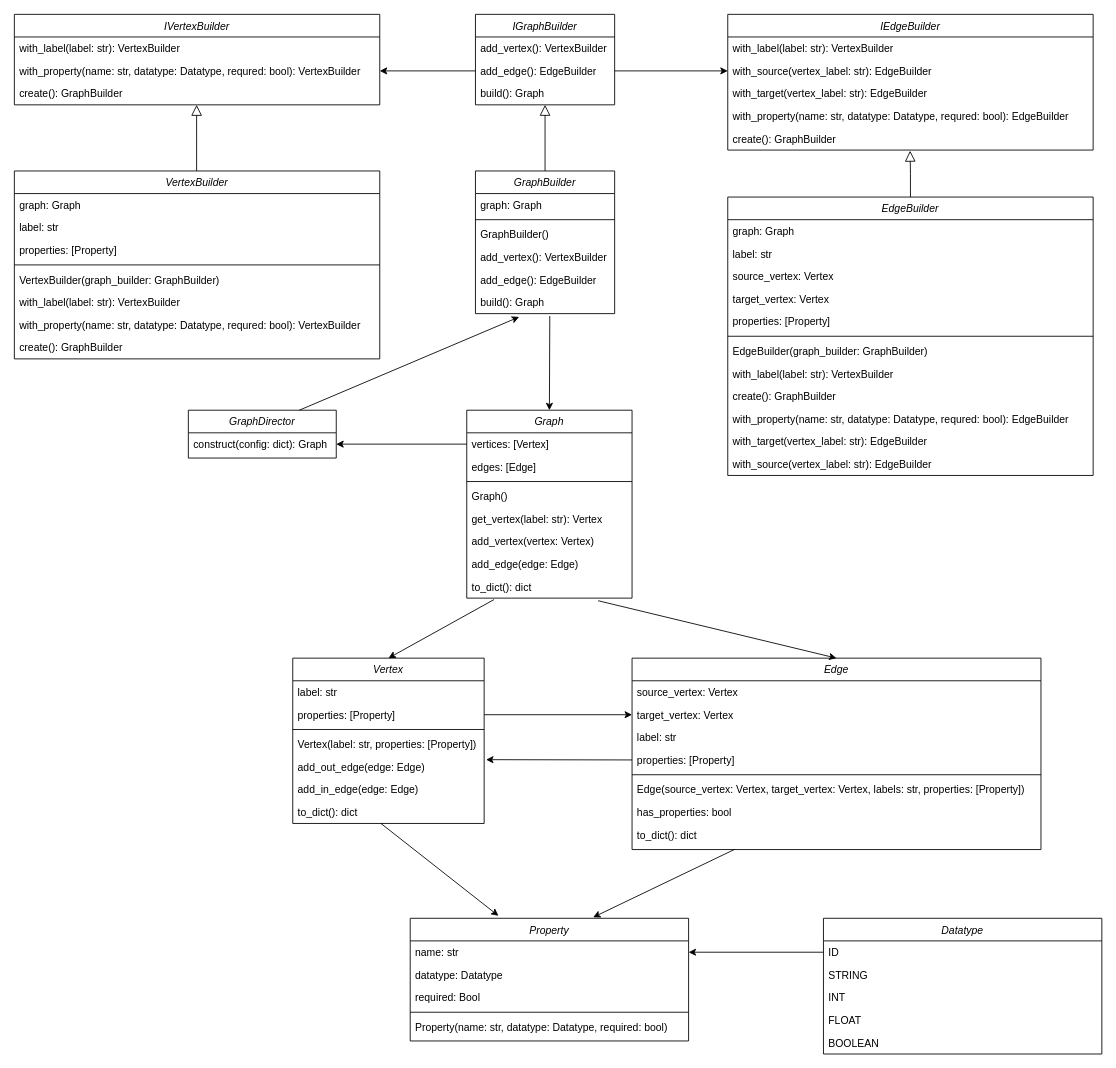
Earlier version of the draw.io diagram Graph_Datastructure/UML.drawio (Graf-J/Studienarbeit-Research). Source tidied: cells renumbered, new cells numbered last; positions are measured from the earlier drawing's top-left corner, leaving out a move shared by most shapes. Both pictures are drawn from the tidied source at 87%, with x=0, y=0 at pixel (14, 14).
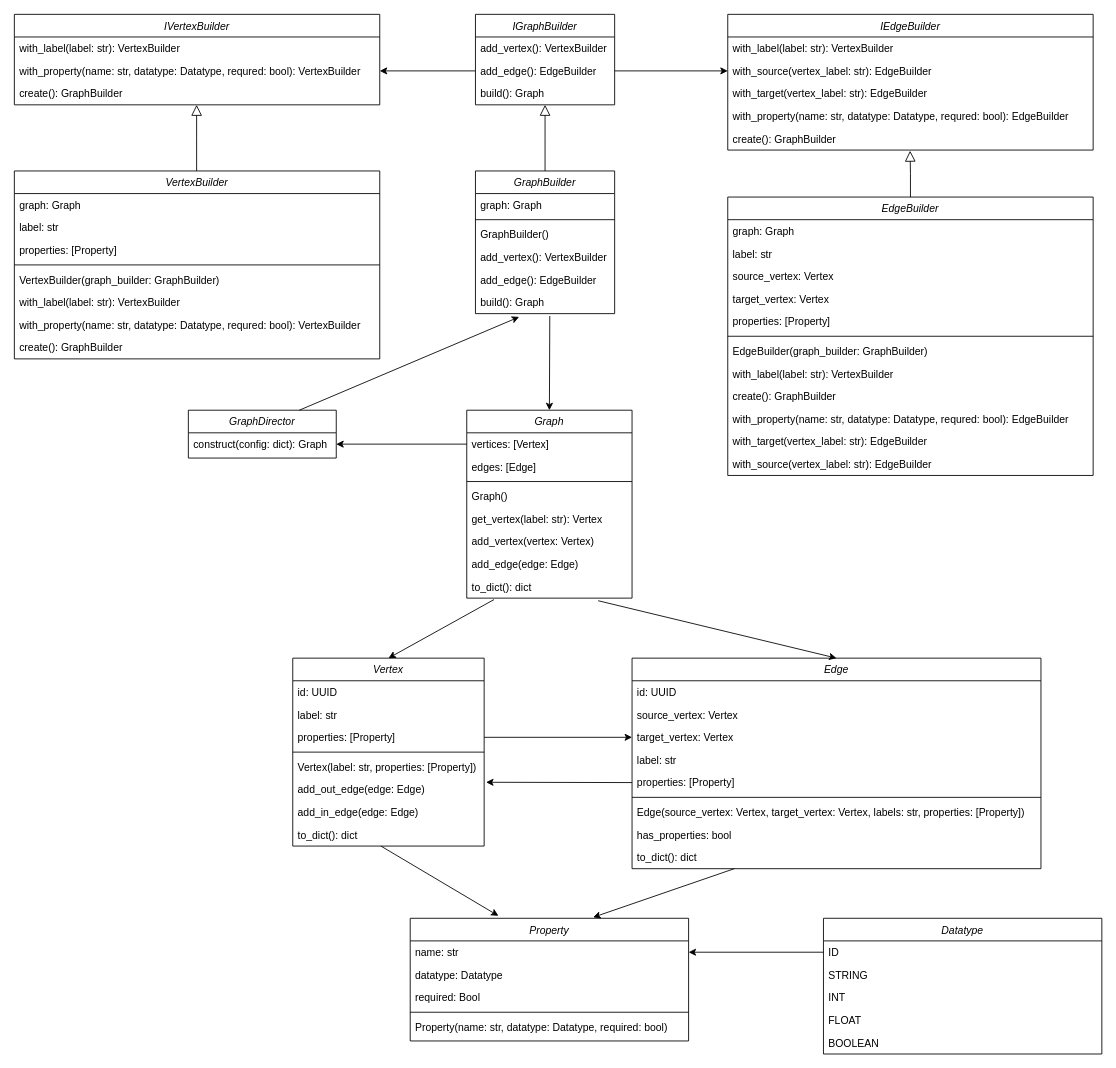
After the change.

What changed in the source:
```diff
@@
     <mxCell id="60" value="Vertex" style="swimlane;fontStyle=2;align=center;verticalAlign=top;horizontal=1;startSize=26;rounded=0;shadow=0;strokeWidth=1;" parent="1" vertex="1">
-      <mxGeometry x="320" y="740" width="220" height="190" as="geometry" />
+      <mxGeometry x="320" y="740" width="220" height="216" as="geometry" />
     </mxCell>
+    <mxCell id="100" value="id: UUID" style="text;align=left;verticalAlign=top;spacingLeft=4;spacingRight=4;overflow=hidden;" parent="60" vertex="1">
+      <mxGeometry y="26" width="220" height="26" as="geometry" />
+    </mxCell>
     <mxCell id="61" value="label: str" style="text;align=left;verticalAlign=top;spacingLeft=4;spacingRight=4;overflow=hidden;" parent="60" vertex="1">
-      <mxGeometry y="26" width="220" height="26" as="geometry" />
+      <mxGeometry y="52" width="220" height="26" as="geometry" />
     </mxCell>
     <mxCell id="62" value="properties: [Property]" style="text;align=left;verticalAlign=top;spacingLeft=4;spacingRight=4;overflow=hidden;points=[[0,0.5],[1,0.5]];portConstraint=eastwest;" parent="60" vertex="1">
-      <mxGeometry y="52" width="220" height="26" as="geometry" />
+      <mxGeometry y="78" width="220" height="26" as="geometry" />
     </mxCell>
     <mxCell id="63" style="line;html=1;strokeWidth=1;align=left;verticalAlign=middle;spacingTop=-1;spacingLeft=3;spacingRight=3;labelPosition=right;" parent="60" vertex="1">
-      <mxGeometry y="78" width="220" height="8" as="geometry" />
+      <mxGeometry y="104" width="220" height="8" as="geometry" />
     </mxCell>
     <mxCell id="64" value="Vertex(label: str, properties: [Property])" style="text;align=left;verticalAlign=top;spacingLeft=4;spacingRight=4;overflow=hidden;" parent="60" vertex="1">
-      <mxGeometry y="86" width="220" height="26" as="geometry" />
+      <mxGeometry y="112" width="220" height="26" as="geometry" />
     </mxCell>
     <mxCell id="65" value="add_out_edge(edge: Edge)" style="text;align=left;verticalAlign=top;spacingLeft=4;spacingRight=4;overflow=hidden;points=[[0,0.5],[1,0.5]];portConstraint=eastwest;" parent="60" vertex="1">
-      <mxGeometry y="112" width="220" height="26" as="geometry" />
+      <mxGeometry y="138" width="220" height="26" as="geometry" />
     </mxCell>
     <mxCell id="66" value="add_in_edge(edge: Edge)" style="text;align=left;verticalAlign=top;spacingLeft=4;spacingRight=4;overflow=hidden;" parent="60" vertex="1">
-      <mxGeometry y="138" width="220" height="26" as="geometry" />
+      <mxGeometry y="164" width="220" height="26" as="geometry" />
     </mxCell>
     <mxCell id="67" value="to_dict(): dict" style="text;align=left;verticalAlign=top;spacingLeft=4;spacingRight=4;overflow=hidden;points=[[0,0.5],[1,0.5]];portConstraint=eastwest;" parent="60" vertex="1">
-      <mxGeometry y="164" width="220" height="26" as="geometry" />
+      <mxGeometry y="190" width="220" height="26" as="geometry" />
     </mxCell>
     <mxCell id="68" value="Edge" style="swimlane;fontStyle=2;align=center;verticalAlign=top;horizontal=1;startSize=26;rounded=0;shadow=0;strokeWidth=1;" parent="1" vertex="1">
-      <mxGeometry x="710" y="740" width="470" height="220" as="geometry" />
+      <mxGeometry x="710" y="740" width="470" height="242" as="geometry" />
     </mxCell>
+    <mxCell id="101" value="id: UUID" style="text;align=left;verticalAlign=top;spacingLeft=4;spacingRight=4;overflow=hidden;" parent="68" vertex="1">
+      <mxGeometry y="26" width="470" height="26" as="geometry" />
+    </mxCell>
     <mxCell id="69" value="source_vertex: Vertex" style="text;align=left;verticalAlign=top;spacingLeft=4;spacingRight=4;overflow=hidden;" parent="68" vertex="1">
-      <mxGeometry y="26" width="470" height="26" as="geometry" />
+      <mxGeometry y="52" width="470" height="26" as="geometry" />
     </mxCell>
     <mxCell id="70" value="target_vertex: Vertex" style="text;align=left;verticalAlign=top;spacingLeft=4;spacingRight=4;overflow=hidden;points=[[0,0.5],[1,0.5]];portConstraint=eastwest;" parent="68" vertex="1">
-      <mxGeometry y="52" width="470" height="26" as="geometry" />
+      <mxGeometry y="78" width="470" height="26" as="geometry" />
     </mxCell>
     <mxCell id="71" value="label: str" style="text;align=left;verticalAlign=top;spacingLeft=4;spacingRight=4;overflow=hidden;" parent="68" vertex="1">
-      <mxGeometry y="78" width="470" height="26" as="geometry" />
+      <mxGeometry y="104" width="470" height="26" as="geometry" />
     </mxCell>
     <mxCell id="72" value="properties: [Property]" style="text;align=left;verticalAlign=top;spacingLeft=4;spacingRight=4;overflow=hidden;points=[[0,0.5],[1,0.5]];portConstraint=eastwest;" parent="68" vertex="1">
-      <mxGeometry y="104" width="470" height="26" as="geometry" />
+      <mxGeometry y="130" width="470" height="26" as="geometry" />
     </mxCell>
     <mxCell id="73" style="line;html=1;strokeWidth=1;align=left;verticalAlign=middle;spacingTop=-1;spacingLeft=3;spacingRight=3;labelPosition=right;" parent="68" vertex="1">
-      <mxGeometry y="130" width="470" height="8" as="geometry" />
+      <mxGeometry y="156" width="470" height="8" as="geometry" />
     </mxCell>
     <mxCell id="74" value="Edge(source_vertex: Vertex, target_vertex: Vertex, labels: str, properties: [Property])" style="text;align=left;verticalAlign=top;spacingLeft=4;spacingRight=4;overflow=hidden;" parent="68" vertex="1">
-      <mxGeometry y="138" width="470" height="26" as="geometry" />
+      <mxGeometry y="164" width="470" height="26" as="geometry" />
     </mxCell>
     <mxCell id="75" value="has_properties: bool" style="text;align=left;verticalAlign=top;spacingLeft=4;spacingRight=4;overflow=hidden;" parent="68" vertex="1">
-      <mxGeometry y="164" width="470" height="26" as="geometry" />
+      <mxGeometry y="190" width="470" height="26" as="geometry" />
     </mxCell>
     <mxCell id="76" value="to_dict(): dict" style="text;align=left;verticalAlign=top;spacingLeft=4;spacingRight=4;overflow=hidden;" parent="68" vertex="1">
-      <mxGeometry y="190" width="470" height="26" as="geometry" />
+      <mxGeometry y="216" width="470" height="26" as="geometry" />
     </mxCell>
```
